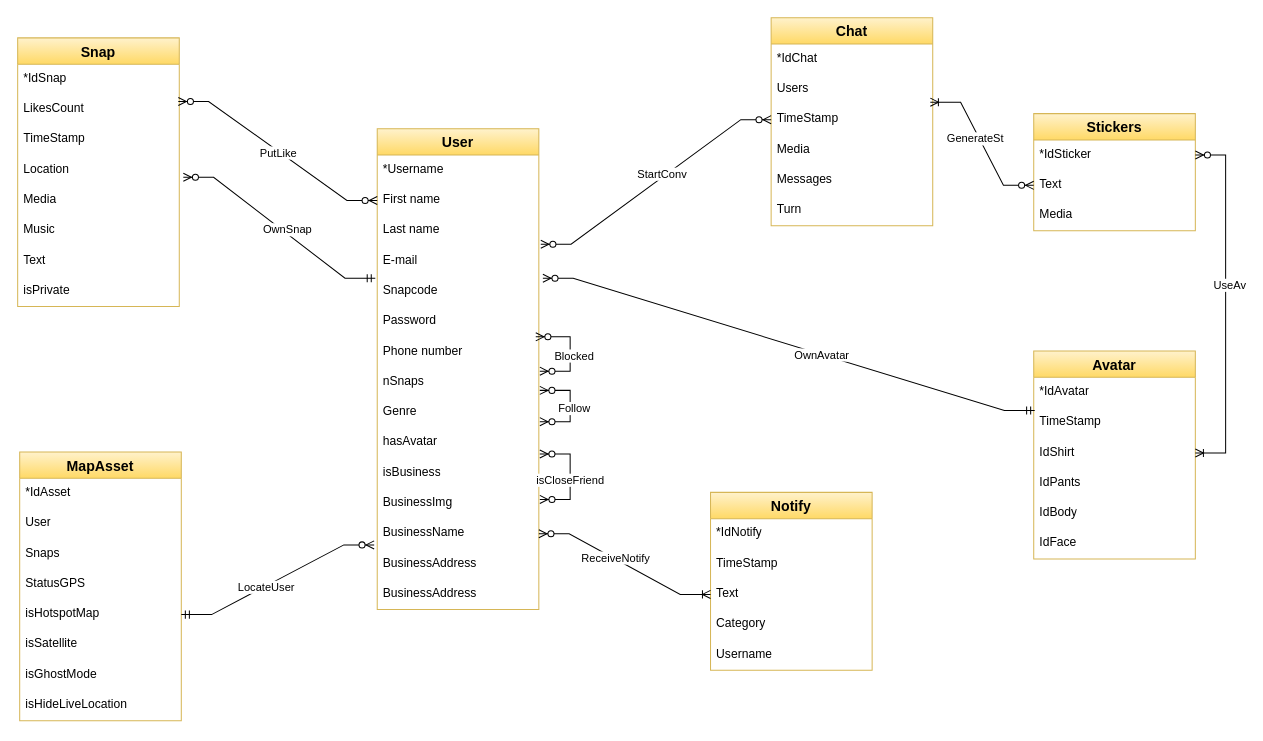
Antonet99/noSQL-Snapchat keeps this draw.io diagram as nuovo-schema-ER.drawio. Above is the earlier version. Source tidied: cells renumbered, new cells numbered last; positions are measured from the earlier drawing's top-left corner, leaving out a move shared by most shapes. Both pictures are drawn from the tidied source at 101%, with x=0, y=0 at pixel (17, 17).
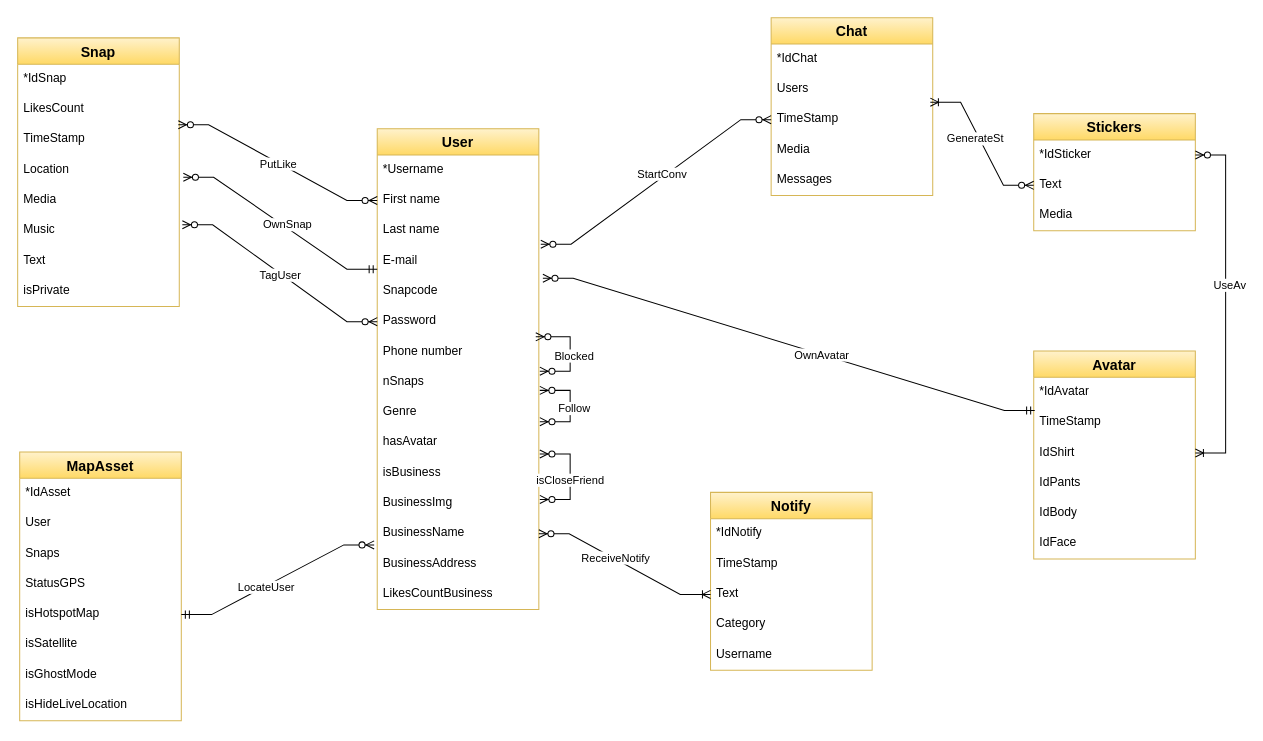
After the change.

Unchanged cells that the change refers to:
```xml
<mxCell id="2" value="User" style="swimlane;fontStyle=1;horizontal=1;startSize=26;align=center;fontSize=14;fillColor=#fff2cc;strokeColor=#d6b656;gradientColor=#ffd966;" parent="1" vertex="1">
  <mxGeometry x="356" y="110" width="160" height="476" as="geometry" />
</mxCell>
<mxCell id="4" value="First name" style="text;strokeColor=none;fillColor=none;spacingLeft=4;spacingRight=4;overflow=hidden;points=[[0,0.5],[1,0.5]];portConstraint=eastwest;fontSize=12;whiteSpace=wrap;html=1;" parent="2" vertex="1">
  <mxGeometry y="56" width="160" height="30" as="geometry" />
</mxCell>
<mxCell id="6" value="E-mail" style="text;strokeColor=none;fillColor=none;spacingLeft=4;spacingRight=4;overflow=hidden;points=[[0,0.5],[1,0.5]];portConstraint=eastwest;fontSize=12;whiteSpace=wrap;html=1;" parent="2" vertex="1">
  <mxGeometry y="116" width="160" height="30" as="geometry" />
</mxCell>
<mxCell id="7" value="Snapcode" style="text;strokeColor=none;fillColor=none;spacingLeft=4;spacingRight=4;overflow=hidden;points=[[0,0.5],[1,0.5]];portConstraint=eastwest;fontSize=12;whiteSpace=wrap;html=1;" parent="2" vertex="1">
  <mxGeometry y="146" width="160" height="30" as="geometry" />
</mxCell>
<mxCell id="8" value="Password" style="text;strokeColor=none;fillColor=none;spacingLeft=4;spacingRight=4;overflow=hidden;points=[[0,0.5],[1,0.5]];portConstraint=eastwest;fontSize=12;whiteSpace=wrap;html=1;" parent="2" vertex="1">
  <mxGeometry y="176" width="160" height="30" as="geometry" />
</mxCell>
<mxCell id="36" value="LikesCount" style="text;strokeColor=none;fillColor=none;spacingLeft=4;spacingRight=4;overflow=hidden;points=[[0,0.5],[1,0.5]];portConstraint=eastwest;fontSize=12;whiteSpace=wrap;html=1;" parent="34" vertex="1">
  <mxGeometry y="56" width="160" height="30" as="geometry" />
</mxCell>
<mxCell id="38" value="Location" style="text;strokeColor=none;fillColor=none;spacingLeft=4;spacingRight=4;overflow=hidden;points=[[0,0.5],[1,0.5]];portConstraint=eastwest;fontSize=12;whiteSpace=wrap;html=1;" parent="34" vertex="1">
  <mxGeometry y="116" width="160" height="30" as="geometry" />
</mxCell>
<mxCell id="40" value="Music" style="text;strokeColor=none;fillColor=none;spacingLeft=4;spacingRight=4;overflow=hidden;points=[[0,0.5],[1,0.5]];portConstraint=eastwest;fontSize=12;whiteSpace=wrap;html=1;" parent="34" vertex="1">
  <mxGeometry y="176" width="160" height="30" as="geometry" />
</mxCell>
```

Diff of the diagram source:
```diff
@@
-    <mxCell id="17" value="BusinessAddress" style="text;strokeColor=none;fillColor=none;spacingLeft=4;spacingRight=4;overflow=hidden;fontSize=12;whiteSpace=wrap;html=1;" parent="2" vertex="1">
-      <mxGeometry y="446" width="160" height="30" as="geometry" />
-    </mxCell>
+    <mxCell id="82" value="LikesCountBusiness" style="text;strokeColor=none;fillColor=none;spacingLeft=4;spacingRight=4;overflow=hidden;fontSize=12;whiteSpace=wrap;html=1;" parent="2" vertex="1">
+      <mxGeometry y="446" width="160" height="30" as="geometry" />
+    </mxCell>
@@
     <mxCell id="27" value="Chat" style="swimlane;fontStyle=1;horizontal=1;startSize=26;align=center;fontSize=14;fillColor=#fff2cc;strokeColor=#d6b656;gradientColor=#ffd966;" parent="1" vertex="1">
-      <mxGeometry x="746" width="160" height="206" as="geometry" />
+      <mxGeometry x="746" width="160" height="176" as="geometry" />
     </mxCell>
@@
-    <mxCell id="33" value="Turn" style="text;strokeColor=none;fillColor=none;spacingLeft=4;spacingRight=4;overflow=hidden;fontSize=12;whiteSpace=wrap;html=1;" parent="27" vertex="1">
-      <mxGeometry y="176" width="160" height="30" as="geometry" />
-    </mxCell>
@@
-    <mxCell id="72" style="edgeStyle=entityRelationEdgeStyle;fontSize=12;html=1;endArrow=ERzeroToMany;endFill=1;startArrow=ERzeroToMany;rounded=0;entryX=0.994;entryY=0.233;entryDx=0;entryDy=0;exitX=0;exitY=0.5;exitDx=0;exitDy=0;entryPerimeter=0;" parent="1" edge="1" source="4" target="36">
+    <mxCell id="72" style="edgeStyle=entityRelationEdgeStyle;fontSize=12;html=1;endArrow=ERzeroToMany;endFill=1;startArrow=ERzeroToMany;rounded=0;entryX=0.994;entryY=1;entryDx=0;entryDy=0;exitX=0;exitY=0.5;exitDx=0;exitDy=0;entryPerimeter=0;" parent="1" edge="1" source="4" target="36">
       <mxGeometry relative="1" as="geometry" />
     </mxCell>
@@
-    <mxCell id="74" style="edgeStyle=entityRelationEdgeStyle;fontSize=12;html=1;endArrow=ERzeroToMany;startArrow=ERmandOne;rounded=0;entryX=1.025;entryY=0.733;entryDx=0;entryDy=0;exitX=-0.012;exitY=0.067;exitDx=0;exitDy=0;exitPerimeter=0;entryPerimeter=0;" parent="1" edge="1" source="7" target="38">
+    <mxCell id="74" style="edgeStyle=entityRelationEdgeStyle;fontSize=12;html=1;endArrow=ERzeroToMany;startArrow=ERmandOne;rounded=0;entryX=1.025;entryY=0.733;entryDx=0;entryDy=0;exitX=0;exitY=0.767;exitDx=0;exitDy=0;exitPerimeter=0;entryPerimeter=0;" parent="1" edge="1" source="6" target="38">
       <mxGeometry relative="1" as="geometry" />
     </mxCell>
@@
+    <mxCell id="83" style="edgeStyle=entityRelationEdgeStyle;fontSize=12;html=1;endArrow=ERzeroToMany;endFill=1;startArrow=ERzeroToMany;rounded=0;entryX=1.019;entryY=0.3;entryDx=0;entryDy=0;exitX=0;exitY=0.5;exitDx=0;exitDy=0;entryPerimeter=0;" parent="1" edge="1" source="8" target="40">
+      <mxGeometry relative="1" as="geometry" />
+    </mxCell>
+    <mxCell id="84" value="TagUser" style="edgeLabel;html=1;align=center;verticalAlign=middle;" parent="83" vertex="1">
+      <mxGeometry x="-0.01" y="1" relative="1" as="geometry" />
+    </mxCell>
```
